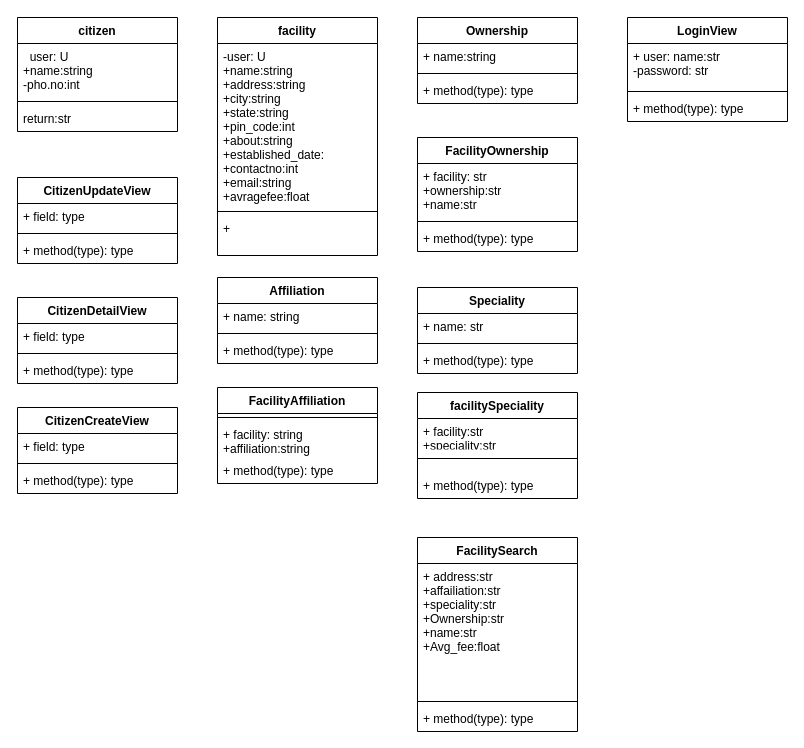
Above: Untitled Diagram.drawio in thakarpriyam30/thakarpriyam30 (draw.io), before the change. Source tidied: cells renumbered, new cells numbered last; positions are measured from the earlier drawing's top-left corner, leaving out a move shared by most shapes. Both pictures are drawn from the tidied source at 100%, with x=0, y=0 at pixel (17, 17).
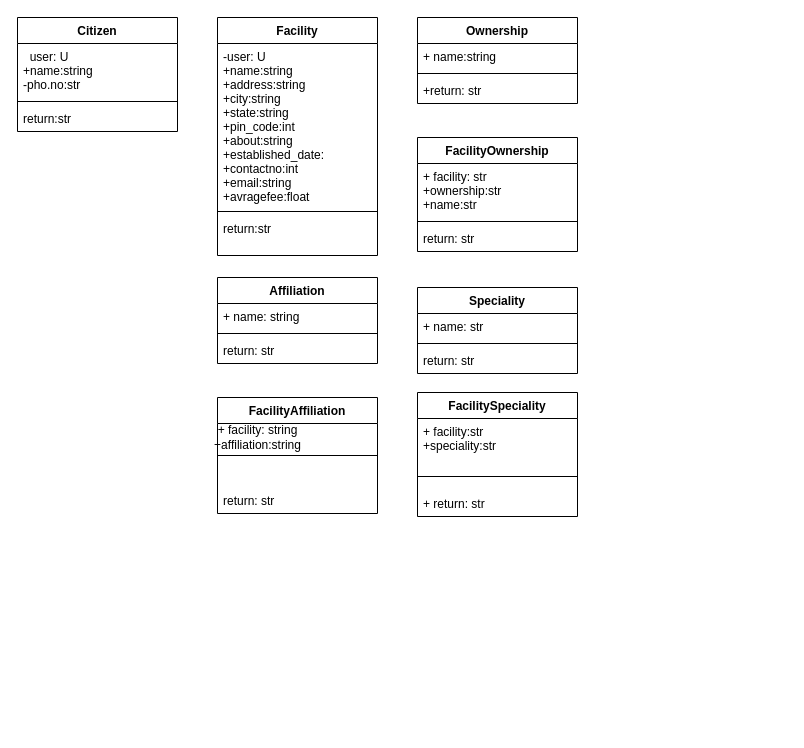
Above is the later version.

The change refers to these unchanged cells:
```xml
<mxCell id="22" value=" Affiliation" style="swimlane;fontStyle=1;align=center;verticalAlign=top;horizontal=1;startSize=26;" parent="1" vertex="1">
  <mxGeometry x="200" y="260" width="160" height="86" as="geometry" />
</mxCell>
<mxCell id="30" value="Ownership" style="swimlane;fontStyle=1;align=center;verticalAlign=top;horizontal=1;startSize=26;" parent="1" vertex="1">
  <mxGeometry x="400" width="160" height="86" as="geometry" />
</mxCell>
<mxCell id="34" value="FacilityOwnership" style="swimlane;fontStyle=1;align=center;verticalAlign=top;horizontal=1;startSize=26;" parent="1" vertex="1">
  <mxGeometry x="400" y="120" width="160" height="114" as="geometry" />
</mxCell>
<mxCell id="38" value="Speciality" style="swimlane;fontStyle=1;align=center;verticalAlign=top;horizontal=1;startSize=26;" parent="1" vertex="1">
  <mxGeometry x="400" y="270" width="160" height="86" as="geometry" />
</mxCell>
```

What changed in the source:
```diff
@@
-    <mxCell id="2" value="citizen" style="swimlane;fontStyle=1;align=center;verticalAlign=top;horizontal=1;startSize=26;" parent="1" vertex="1">
+    <mxCell id="2" value="Citizen" style="swimlane;fontStyle=1;align=center;verticalAlign=top;horizontal=1;startSize=26;" parent="1" vertex="1">
       <mxGeometry width="160" height="114" as="geometry" />
     </mxCell>
-    <mxCell id="3" value="  user: U&#10;+name:string&#10;-pho.no:int" style="text;strokeColor=none;fillColor=none;align=left;verticalAlign=top;spacingLeft=4;spacingRight=4;overflow=hidden;" parent="2" vertex="1">
+    <mxCell id="3" value="  user: U&#10;+name:string&#10;-pho.no:str" style="text;strokeColor=none;fillColor=none;align=left;verticalAlign=top;spacingLeft=4;spacingRight=4;overflow=hidden;" parent="2" vertex="1">
       <mxGeometry y="26" width="160" height="54" as="geometry" />
     </mxCell>
@@
-    <mxCell id="6" value="CitizenUpdateView" style="swimlane;fontStyle=1;align=center;verticalAlign=top;horizontal=1;startSize=26;" parent="1" vertex="1">
-      <mxGeometry y="160" width="160" height="86" as="geometry" />
-    </mxCell>
-    <mxCell id="7" value="+ field: type" style="text;strokeColor=none;fillColor=none;align=left;verticalAlign=top;spacingLeft=4;spacingRight=4;overflow=hidden;" parent="6" vertex="1">
-      <mxGeometry y="26" width="160" height="26" as="geometry" />
-    </mxCell>
-    <mxCell id="8" style="line;strokeWidth=1;fillColor=none;align=left;verticalAlign=middle;spacingTop=-1;spacingLeft=3;spacingRight=3;labelPosition=right;" parent="6" vertex="1">
-      <mxGeometry y="52" width="160" height="8" as="geometry" />
-    </mxCell>
-    <mxCell id="9" value="+ method(type): type" style="text;strokeColor=none;fillColor=none;align=left;verticalAlign=top;spacingLeft=4;spacingRight=4;overflow=hidden;" parent="6" vertex="1">
-      <mxGeometry y="60" width="160" height="26" as="geometry" />
-    </mxCell>
-    <mxCell id="10" value="CitizenDetailView" style="swimlane;fontStyle=1;align=center;verticalAlign=top;horizontal=1;startSize=26;" parent="1" vertex="1">
-      <mxGeometry y="280" width="160" height="86" as="geometry" />
-    </mxCell>
-    <mxCell id="11" value="+ field: type" style="text;strokeColor=none;fillColor=none;align=left;verticalAlign=top;spacingLeft=4;spacingRight=4;overflow=hidden;" parent="10" vertex="1">
-      <mxGeometry y="26" width="160" height="26" as="geometry" />
-    </mxCell>
-    <mxCell id="12" style="line;strokeWidth=1;fillColor=none;align=left;verticalAlign=middle;spacingTop=-1;spacingLeft=3;spacingRight=3;labelPosition=right;" parent="10" vertex="1">
-      <mxGeometry y="52" width="160" height="8" as="geometry" />
-    </mxCell>
-    <mxCell id="13" value="+ method(type): type" style="text;strokeColor=none;fillColor=none;align=left;verticalAlign=top;spacingLeft=4;spacingRight=4;overflow=hidden;" parent="10" vertex="1">
-      <mxGeometry y="60" width="160" height="26" as="geometry" />
-    </mxCell>
-    <mxCell id="14" value="CitizenCreateView" style="swimlane;fontStyle=1;align=center;verticalAlign=top;horizontal=1;startSize=26;" parent="1" vertex="1">
-      <mxGeometry y="390" width="160" height="86" as="geometry" />
-    </mxCell>
-    <mxCell id="15" value="+ field: type" style="text;strokeColor=none;fillColor=none;align=left;verticalAlign=top;spacingLeft=4;spacingRight=4;overflow=hidden;" parent="14" vertex="1">
-      <mxGeometry y="26" width="160" height="26" as="geometry" />
-    </mxCell>
-    <mxCell id="16" style="line;strokeWidth=1;fillColor=none;align=left;verticalAlign=middle;spacingTop=-1;spacingLeft=3;spacingRight=3;labelPosition=right;" parent="14" vertex="1">
-      <mxGeometry y="52" width="160" height="8" as="geometry" />
-    </mxCell>
-    <mxCell id="17" value="+ method(type): type" style="text;strokeColor=none;fillColor=none;align=left;verticalAlign=top;spacingLeft=4;spacingRight=4;overflow=hidden;" parent="14" vertex="1">
-      <mxGeometry y="60" width="160" height="26" as="geometry" />
-    </mxCell>
-    <mxCell id="18" value="facility" style="swimlane;fontStyle=1;align=center;verticalAlign=top;horizontal=1;startSize=26;" parent="1" vertex="1">
+    <mxCell id="18" value="Facility" style="swimlane;fontStyle=1;align=center;verticalAlign=top;horizontal=1;startSize=26;" parent="1" vertex="1">
       <mxGeometry x="200" width="160" height="238" as="geometry" />
     </mxCell>
@@
-    <mxCell id="21" value="+ " style="text;strokeColor=none;fillColor=none;align=left;verticalAlign=top;spacingLeft=4;spacingRight=4;overflow=hidden;" parent="18" vertex="1">
+    <mxCell id="21" value="return:str " style="text;strokeColor=none;fillColor=none;align=left;verticalAlign=top;spacingLeft=4;spacingRight=4;overflow=hidden;" parent="18" vertex="1">
       <mxGeometry y="198" width="160" height="40" as="geometry" />
     </mxCell>
@@
-    <mxCell id="25" value="+ method(type): type" style="text;strokeColor=none;fillColor=none;align=left;verticalAlign=top;spacingLeft=4;spacingRight=4;overflow=hidden;" parent="22" vertex="1">
+    <mxCell id="25" value="return: str" style="text;strokeColor=none;fillColor=none;align=left;verticalAlign=top;spacingLeft=4;spacingRight=4;overflow=hidden;" parent="22" vertex="1">
       <mxGeometry y="60" width="160" height="26" as="geometry" />
     </mxCell>
     <mxCell id="26" value="FacilityAffiliation" style="swimlane;fontStyle=1;align=center;verticalAlign=top;horizontal=1;startSize=26;" parent="1" vertex="1">
-      <mxGeometry x="200" y="370" width="160" height="96" as="geometry" />
+      <mxGeometry x="200" y="380" width="160" height="116" as="geometry" />
     </mxCell>
     <mxCell id="27" style="line;strokeWidth=1;fillColor=none;align=left;verticalAlign=middle;spacingTop=-1;spacingLeft=3;spacingRight=3;labelPosition=right;" parent="26" vertex="1">
-      <mxGeometry y="26" width="160" height="8" as="geometry" />
+      <mxGeometry y="26" width="160" height="64" as="geometry" />
     </mxCell>
-    <mxCell id="28" value="+ facility: string&#10;+affiliation:string" style="text;strokeColor=none;fillColor=none;align=left;verticalAlign=top;spacingLeft=4;spacingRight=4;overflow=hidden;" parent="26" vertex="1">
-      <mxGeometry y="34" width="160" height="36" as="geometry" />
-    </mxCell>
-    <mxCell id="29" value="+ method(type): type" style="text;strokeColor=none;fillColor=none;align=left;verticalAlign=top;spacingLeft=4;spacingRight=4;overflow=hidden;" parent="26" vertex="1">
-      <mxGeometry y="70" width="160" height="26" as="geometry" />
+    <mxCell id="29" value="return: str" style="text;strokeColor=none;fillColor=none;align=left;verticalAlign=top;spacingLeft=4;spacingRight=4;overflow=hidden;" parent="26" vertex="1">
+      <mxGeometry y="90" width="160" height="26" as="geometry" />
     </mxCell>
@@
-    <mxCell id="33" value="+ method(type): type" style="text;strokeColor=none;fillColor=none;align=left;verticalAlign=top;spacingLeft=4;spacingRight=4;overflow=hidden;" parent="30" vertex="1">
+    <mxCell id="33" value="+return: str" style="text;strokeColor=none;fillColor=none;align=left;verticalAlign=top;spacingLeft=4;spacingRight=4;overflow=hidden;" parent="30" vertex="1">
       <mxGeometry y="60" width="160" height="26" as="geometry" />
     </mxCell>
@@
-    <mxCell id="37" value="+ method(type): type" style="text;strokeColor=none;fillColor=none;align=left;verticalAlign=top;spacingLeft=4;spacingRight=4;overflow=hidden;" parent="34" vertex="1">
+    <mxCell id="37" value="return: str" style="text;strokeColor=none;fillColor=none;align=left;verticalAlign=top;spacingLeft=4;spacingRight=4;overflow=hidden;" parent="34" vertex="1">
       <mxGeometry y="88" width="160" height="26" as="geometry" />
     </mxCell>
@@
-    <mxCell id="41" value="+ method(type): type" style="text;strokeColor=none;fillColor=none;align=left;verticalAlign=top;spacingLeft=4;spacingRight=4;overflow=hidden;" parent="38" vertex="1">
+    <mxCell id="41" value="return: str" style="text;strokeColor=none;fillColor=none;align=left;verticalAlign=top;spacingLeft=4;spacingRight=4;overflow=hidden;" parent="38" vertex="1">
       <mxGeometry y="60" width="160" height="26" as="geometry" />
     </mxCell>
-    <mxCell id="42" value="facilitySpeciality" style="swimlane;fontStyle=1;align=center;verticalAlign=top;horizontal=1;startSize=26;" parent="1" vertex="1">
-      <mxGeometry x="400" y="375" width="160" height="106" as="geometry" />
+    <mxCell id="42" value="FacilitySpeciality" style="swimlane;fontStyle=1;align=center;verticalAlign=top;horizontal=1;startSize=26;" parent="1" vertex="1">
+      <mxGeometry x="400" y="375" width="160" height="124" as="geometry" />
     </mxCell>
     <mxCell id="43" value="+ facility:str&#10;+speciality:str " style="text;strokeColor=none;fillColor=none;align=left;verticalAlign=top;spacingLeft=4;spacingRight=4;overflow=hidden;" parent="42" vertex="1">
-      <mxGeometry y="26" width="160" height="26" as="geometry" />
+      <mxGeometry y="26" width="160" height="44" as="geometry" />
     </mxCell>
     <mxCell id="44" style="line;strokeWidth=1;fillColor=none;align=left;verticalAlign=middle;spacingTop=-1;spacingLeft=3;spacingRight=3;labelPosition=right;" parent="42" vertex="1">
-      <mxGeometry y="52" width="160" height="28" as="geometry" />
+      <mxGeometry y="70" width="160" height="28" as="geometry" />
     </mxCell>
-    <mxCell id="45" value="+ method(type): type" style="text;strokeColor=none;fillColor=none;align=left;verticalAlign=top;spacingLeft=4;spacingRight=4;overflow=hidden;" parent="42" vertex="1">
-      <mxGeometry y="80" width="160" height="26" as="geometry" />
+    <mxCell id="45" value="+ return: str" style="text;strokeColor=none;fillColor=none;align=left;verticalAlign=top;spacingLeft=4;spacingRight=4;overflow=hidden;" parent="42" vertex="1">
+      <mxGeometry y="98" width="160" height="26" as="geometry" />
     </mxCell>
-    <mxCell id="46" value="FacilitySearch" style="swimlane;fontStyle=1;align=center;verticalAlign=top;horizontal=1;startSize=26;" parent="1" vertex="1">
-      <mxGeometry x="400" y="520" width="160" height="194" as="geometry" />
-    </mxCell>
-    <mxCell id="47" value="+ address:str&#10;+affailiation:str&#10;+speciality:str&#10;+Ownership:str&#10;+name:str&#10;+Avg_fee:float" style="text;strokeColor=none;fillColor=none;align=left;verticalAlign=top;spacingLeft=4;spacingRight=4;overflow=hidden;" parent="46" vertex="1">
-      <mxGeometry y="26" width="160" height="134" as="geometry" />
-    </mxCell>
-    <mxCell id="48" style="line;strokeWidth=1;fillColor=none;align=left;verticalAlign=middle;spacingTop=-1;spacingLeft=3;spacingRight=3;labelPosition=right;" parent="46" vertex="1">
-      <mxGeometry y="160" width="160" height="8" as="geometry" />
-    </mxCell>
-    <mxCell id="49" value="+ method(type): type" style="text;strokeColor=none;fillColor=none;align=left;verticalAlign=top;spacingLeft=4;spacingRight=4;overflow=hidden;" parent="46" vertex="1">
-      <mxGeometry y="168" width="160" height="26" as="geometry" />
-    </mxCell>
-    <mxCell id="50" value="LoginView" style="swimlane;fontStyle=1;align=center;verticalAlign=top;horizontal=1;startSize=26;" parent="1" vertex="1">
-      <mxGeometry x="610" width="160" height="104" as="geometry" />
-    </mxCell>
-    <mxCell id="51" value="+ user: name:str&#10;-password: str" style="text;strokeColor=none;fillColor=none;align=left;verticalAlign=top;spacingLeft=4;spacingRight=4;overflow=hidden;" parent="50" vertex="1">
-      <mxGeometry y="26" width="160" height="44" as="geometry" />
-    </mxCell>
-    <mxCell id="52" style="line;strokeWidth=1;fillColor=none;align=left;verticalAlign=middle;spacingTop=-1;spacingLeft=3;spacingRight=3;labelPosition=right;" parent="50" vertex="1">
-      <mxGeometry y="70" width="160" height="8" as="geometry" />
-    </mxCell>
-    <mxCell id="53" value="+ method(type): type" style="text;strokeColor=none;fillColor=none;align=left;verticalAlign=top;spacingLeft=4;spacingRight=4;overflow=hidden;" parent="50" vertex="1">
-      <mxGeometry y="78" width="160" height="26" as="geometry" />
-    </mxCell>
+    <mxCell id="28" value="&lt;span style=&quot;text-align: left&quot;&gt;+ facility: string&lt;/span&gt;&lt;br style=&quot;padding: 0px ; margin: 0px ; text-align: left&quot;&gt;&lt;span style=&quot;text-align: left&quot;&gt;+affiliation:string&lt;/span&gt;" style="text;html=1;align=center;verticalAlign=middle;strokeColor=none;fillColor=none;" parent="1" vertex="1">
+      <mxGeometry x="190" y="405" width="100" height="30" as="geometry" />
+    </mxCell>
```
